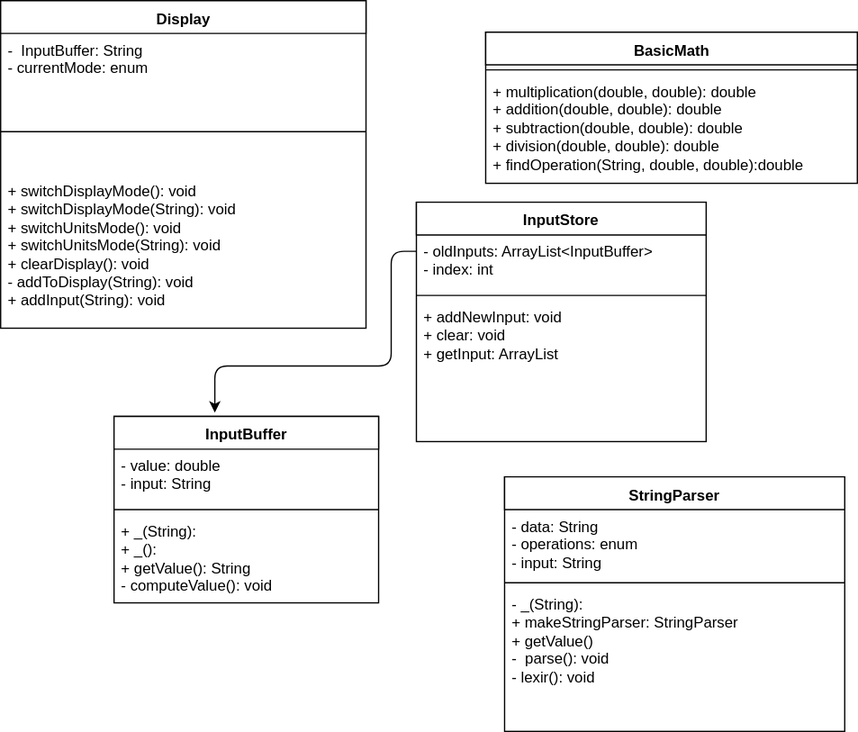
Earlier version of the draw.io export uml.svg (ZipCodeCore/ScientificCalculator). Source tidied: cells renumbered, new cells last; positions are measured from the earlier drawing's top-left corner, leaving out a move shared by most shapes.
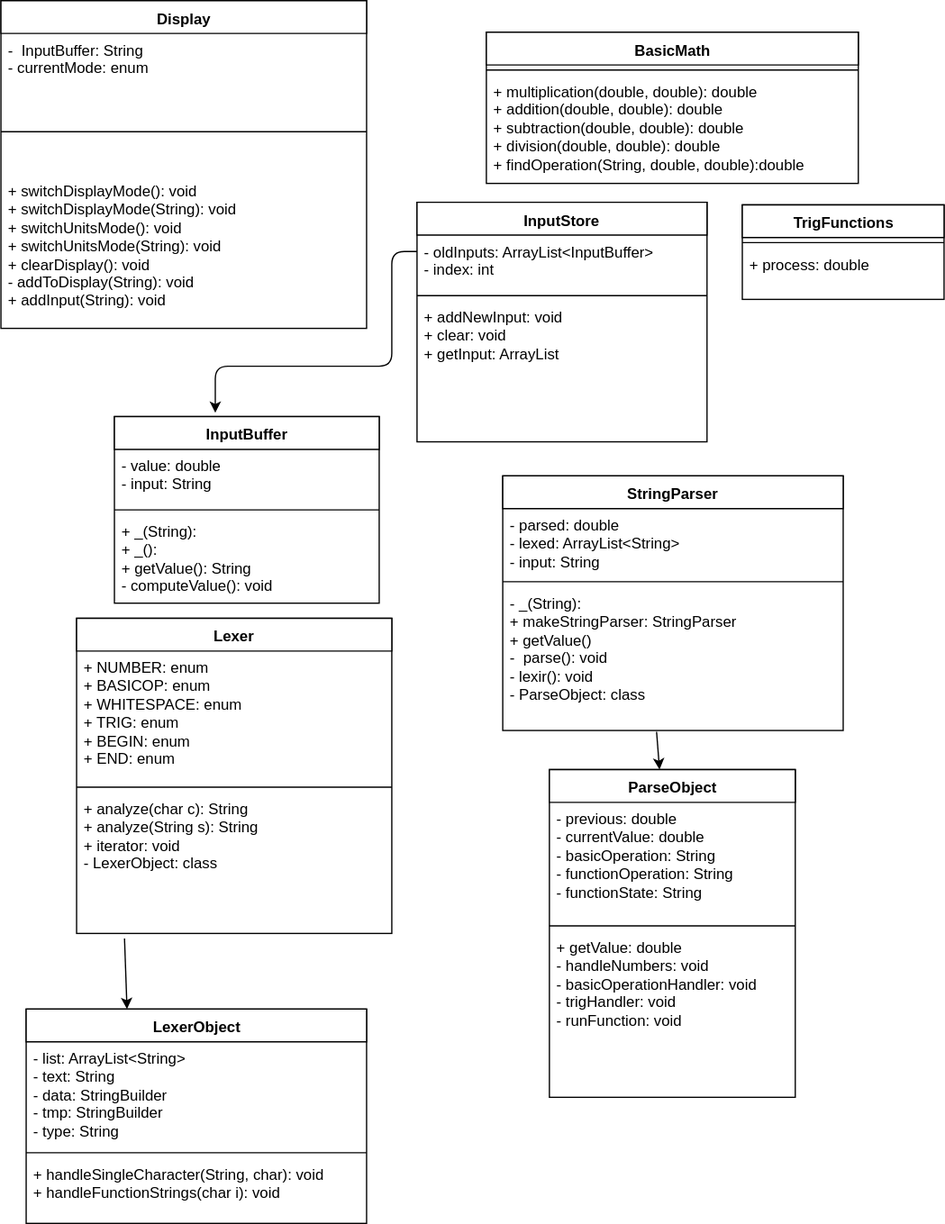
The same diagram one commit later.

Change to the diagram source:
```diff
@@ -58,16 +58,71 @@
       <mxGeometry y="34" width="295" height="86" as="geometry" />
     </mxCell>
     <mxCell id="18" value="StringParser" style="swimlane;html=1;fontStyle=1;align=center;verticalAlign=top;horizontal=1;startSize=26;swimlaneFillColor=#ffffff;" parent="1" vertex="1">
-      <mxGeometry x="400" y="378" width="270" height="202" as="geometry" />
+      <mxGeometry x="398" y="377" width="270" height="202" as="geometry" />
     </mxCell>
-    <mxCell id="19" value="- data: String&lt;div&gt;- operations: enum&amp;nbsp;&lt;/div&gt;&lt;div&gt;- input: String&lt;/div&gt;" style="text;html=1;strokeColor=none;fillColor=none;align=left;verticalAlign=top;spacingLeft=4;spacingRight=4;whiteSpace=wrap;overflow=hidden;" parent="18" vertex="1">
+    <mxCell id="19" value="- parsed: double&lt;div&gt;- lexed: ArrayList&amp;lt;String&amp;gt;&amp;nbsp;&lt;/div&gt;&lt;div&gt;- input: String&lt;/div&gt;" style="text;html=1;strokeColor=none;fillColor=none;align=left;verticalAlign=top;spacingLeft=4;spacingRight=4;whiteSpace=wrap;overflow=hidden;" parent="18" vertex="1">
       <mxGeometry y="26" width="270" height="54" as="geometry" />
     </mxCell>
     <mxCell id="20" style="line;html=1;strokeWidth=1;fillColor=none;align=left;verticalAlign=middle;spacingTop=-1;spacingLeft=3;spacingRight=3;labelPosition=right;" parent="18" vertex="1">
       <mxGeometry y="80" width="270" height="8" as="geometry" />
     </mxCell>
-    <mxCell id="21" value="- _(String):&lt;div&gt;+ makeStringParser: StringParser&lt;/div&gt;&lt;div&gt;+ getValue()&lt;/div&gt;&lt;div&gt;- &amp;nbsp;parse(): void&lt;/div&gt;&lt;div&gt;- lexir(): void&lt;/div&gt;" style="text;html=1;strokeColor=none;fillColor=none;align=left;verticalAlign=top;spacingLeft=4;spacingRight=4;whiteSpace=wrap;overflow=hidden;" parent="18" vertex="1">
+    <mxCell id="21" value="- _(String):&lt;div&gt;+ makeStringParser: StringParser&lt;/div&gt;&lt;div&gt;+ getValue()&lt;/div&gt;&lt;div&gt;- &amp;nbsp;parse(): void&lt;/div&gt;&lt;div&gt;- lexir(): void&lt;/div&gt;&lt;div&gt;- ParseObject: class&lt;/div&gt;" style="text;html=1;strokeColor=none;fillColor=none;align=left;verticalAlign=top;spacingLeft=4;spacingRight=4;whiteSpace=wrap;overflow=hidden;" parent="18" vertex="1">
       <mxGeometry y="88" width="270" height="102" as="geometry" />
     </mxCell>
+    <mxCell id="22" value="ParseObject" style="swimlane;html=1;fontStyle=1;align=center;verticalAlign=top;horizontal=1;startSize=26;swimlaneFillColor=#ffffff;" parent="1" vertex="1">
+      <mxGeometry x="435" y="610" width="195" height="260" as="geometry" />
+    </mxCell>
+    <mxCell id="23" value="- previous: double&lt;div&gt;- currentValue: double&lt;/div&gt;&lt;div&gt;- basicOperation: String&lt;/div&gt;&lt;div&gt;- functionOperation: String&lt;/div&gt;&lt;div&gt;- functionState: String&lt;/div&gt;" style="text;html=1;strokeColor=none;fillColor=none;align=left;verticalAlign=top;spacingLeft=4;spacingRight=4;whiteSpace=wrap;overflow=hidden;" parent="22" vertex="1">
+      <mxGeometry y="26" width="195" height="94" as="geometry" />
+    </mxCell>
+    <mxCell id="24" style="line;html=1;strokeWidth=1;fillColor=none;align=left;verticalAlign=middle;spacingTop=-1;spacingLeft=3;spacingRight=3;labelPosition=right;" parent="22" vertex="1">
+      <mxGeometry y="120" width="195" height="8" as="geometry" />
+    </mxCell>
+    <mxCell id="25" value="+ getValue: double&lt;div&gt;- handleNumbers: void&lt;/div&gt;&lt;div&gt;- basicOperationHandler: void&lt;/div&gt;&lt;div&gt;- trigHandler: void&lt;/div&gt;&lt;div&gt;- runFunction: void&lt;/div&gt;" style="text;html=1;strokeColor=none;fillColor=none;align=left;verticalAlign=top;spacingLeft=4;spacingRight=4;whiteSpace=wrap;overflow=hidden;" parent="22" vertex="1">
+      <mxGeometry y="128" width="195" height="132" as="geometry" />
+    </mxCell>
+    <mxCell id="26" style="endArrow=classic;html=1;" parent="1" edge="1" target="22">
+      <mxGeometry relative="1" as="geometry">
+        <mxPoint x="520" y="580" as="sourcePoint" />
+      </mxGeometry>
+    </mxCell>
+    <mxCell id="27" value="TrigFunctions" style="swimlane;html=1;fontStyle=1;align=center;verticalAlign=top;horizontal=1;startSize=26;swimlaneFillColor=#ffffff;" parent="1" vertex="1">
+      <mxGeometry x="588" y="162" width="160" height="75" as="geometry" />
+    </mxCell>
+    <mxCell id="28" style="line;html=1;strokeWidth=1;fillColor=none;align=left;verticalAlign=middle;spacingTop=-1;spacingLeft=3;spacingRight=3;labelPosition=right;" parent="27" vertex="1">
+      <mxGeometry y="26" width="160" height="8" as="geometry" />
+    </mxCell>
+    <mxCell id="29" value="+ process: double" style="text;html=1;strokeColor=none;fillColor=none;align=left;verticalAlign=top;spacingLeft=4;spacingRight=4;whiteSpace=wrap;overflow=hidden;" parent="27" vertex="1">
+      <mxGeometry y="34" width="160" height="26" as="geometry" />
+    </mxCell>
+    <mxCell id="30" value="Lexer" style="swimlane;html=1;fontStyle=1;align=center;verticalAlign=top;horizontal=1;startSize=26;swimlaneFillColor=#ffffff;" parent="1" vertex="1">
+      <mxGeometry x="60" y="490" width="250" height="250" as="geometry" />
+    </mxCell>
+    <mxCell id="31" value="+ NUMBER: enum&lt;div&gt;+ BASICOP: enum&lt;/div&gt;&lt;div&gt;+ WHITESPACE: enum&lt;/div&gt;&lt;div&gt;+ TRIG: enum&amp;nbsp;&lt;/div&gt;&lt;div&gt;+ BEGIN: enum&lt;/div&gt;&lt;div&gt;+ END: enum&lt;/div&gt;" style="text;html=1;strokeColor=none;fillColor=none;align=left;verticalAlign=top;spacingLeft=4;spacingRight=4;whiteSpace=wrap;overflow=hidden;" parent="30" vertex="1">
+      <mxGeometry y="26" width="250" height="104" as="geometry" />
+    </mxCell>
+    <mxCell id="32" style="line;html=1;strokeWidth=1;fillColor=none;align=left;verticalAlign=middle;spacingTop=-1;spacingLeft=3;spacingRight=3;labelPosition=right;" parent="30" vertex="1">
+      <mxGeometry y="130" width="250" height="8" as="geometry" />
+    </mxCell>
+    <mxCell id="33" value="+ analyze(char c): String&lt;div&gt;+ analyze(String s): String&lt;br&gt;&lt;/div&gt;&lt;div&gt;+ iterator: void&lt;/div&gt;&lt;div&gt;- LexerObject: class&lt;/div&gt;" style="text;html=1;strokeColor=none;fillColor=none;align=left;verticalAlign=top;spacingLeft=4;spacingRight=4;whiteSpace=wrap;overflow=hidden;points=[[0,0.5],[1,0.5]];portConstraint=eastwest;" parent="30" vertex="1">
+      <mxGeometry y="138" width="250" height="112" as="geometry" />
+    </mxCell>
+    <mxCell id="34" style="endArrow=classic;html=1;exitX=0.152;exitY=1.036;exitPerimeter=0;" parent="1" edge="1" source="33">
+      <mxGeometry relative="1" as="geometry">
+        <mxPoint x="100" y="800" as="targetPoint" />
+      </mxGeometry>
+    </mxCell>
+    <mxCell id="35" value="LexerObject" style="swimlane;html=1;fontStyle=1;align=center;verticalAlign=top;horizontal=1;startSize=26;swimlaneFillColor=#ffffff;" parent="1" vertex="1">
+      <mxGeometry x="20" y="800" width="270" height="170" as="geometry" />
+    </mxCell>
+    <mxCell id="36" value="- list: ArrayList&amp;lt;String&amp;gt;&lt;div&gt;- text: String&lt;/div&gt;&lt;div&gt;- data: StringBuilder&lt;/div&gt;&lt;div&gt;- tmp: StringBuilder&lt;/div&gt;&lt;div&gt;- type: String&lt;/div&gt;" style="text;html=1;strokeColor=none;fillColor=none;align=left;verticalAlign=top;spacingLeft=4;spacingRight=4;whiteSpace=wrap;overflow=hidden;" parent="35" vertex="1">
+      <mxGeometry y="26" width="270" height="84" as="geometry" />
+    </mxCell>
+    <mxCell id="37" style="line;html=1;strokeWidth=1;fillColor=none;align=left;verticalAlign=middle;spacingTop=-1;spacingLeft=3;spacingRight=3;labelPosition=right;" parent="35" vertex="1">
+      <mxGeometry y="110" width="270" height="8" as="geometry" />
+    </mxCell>
+    <mxCell id="38" value="+ handleSingleCharacter(String, char): void&lt;div&gt;+ handleFunctionStrings(char i): void&lt;/div&gt;" style="text;html=1;strokeColor=none;fillColor=none;align=left;verticalAlign=top;spacingLeft=4;spacingRight=4;whiteSpace=wrap;overflow=hidden;" parent="35" vertex="1">
+      <mxGeometry y="118" width="270" height="42" as="geometry" />
+    </mxCell>
   </root>
 </mxGraphModel>
```
